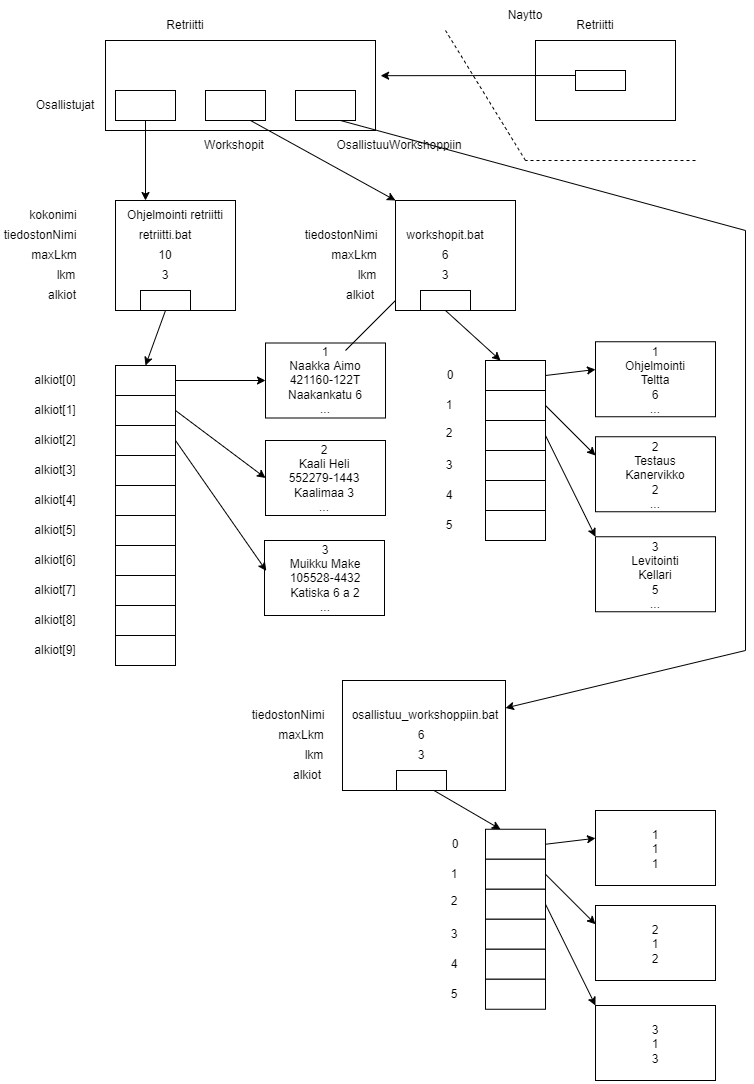
Above: kuvat/Tietorakenne.png in jturkki/ht (draw.io), before the change. Source tidied: cells renumbered, new cells last; positions are measured from the earlier drawing's top-left corner, leaving out a move shared by most shapes.
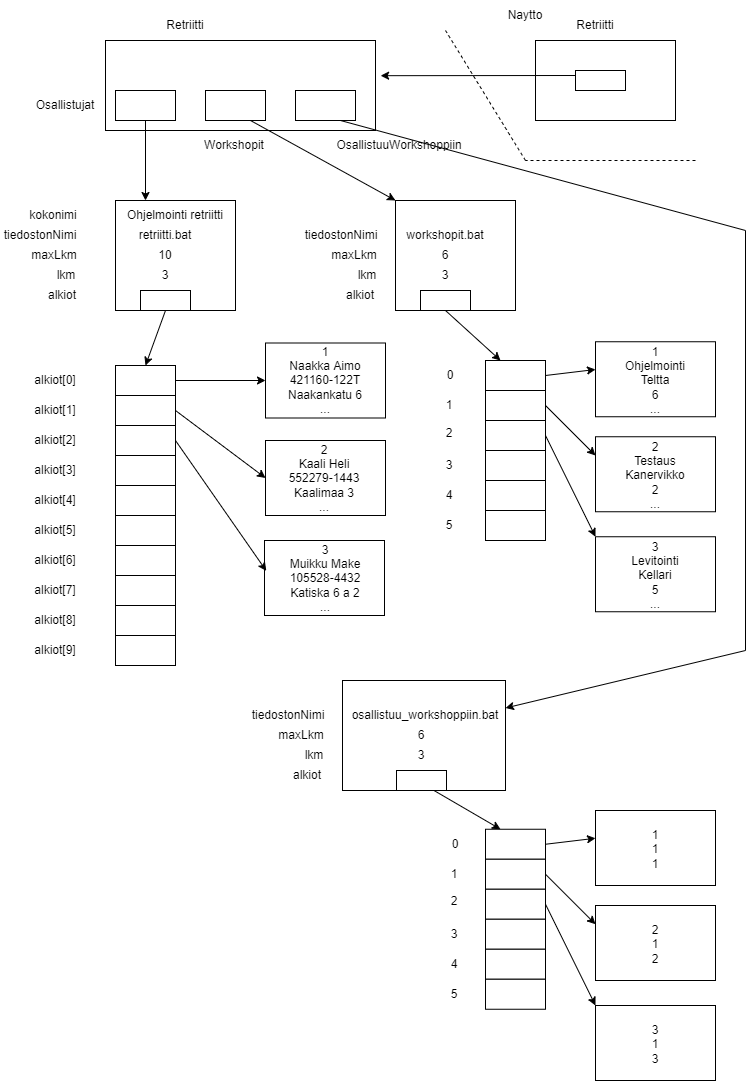
The same file after the commit.

Change to the diagram source:
```diff
@@ -302,12 +302,6 @@
     <mxCell id="98" style="rounded=0;whiteSpace=wrap;html=1;" parent="1" vertex="1">
       <mxGeometry x="396" y="770" width="50" height="20" as="geometry" />
     </mxCell>
-    <mxCell id="99" style="endArrow=none;html=1;rounded=0;" parent="1" edge="1">
-      <mxGeometry relative="1" as="geometry">
-        <mxPoint x="345" y="350" as="sourcePoint" />
-        <mxPoint x="395" y="300" as="targetPoint" />
-      </mxGeometry>
-    </mxCell>
     <mxCell id="100" style="endArrow=classic;html=1;rounded=0;exitX=1;exitY=0.5;exitDx=0;exitDy=0;entryX=0.015;entryY=0.405;entryDx=0;entryDy=0;entryPerimeter=0;" parent="1" edge="1" source="18" target="42">
       <mxGeometry relative="1" as="geometry" />
     </mxCell>
```
